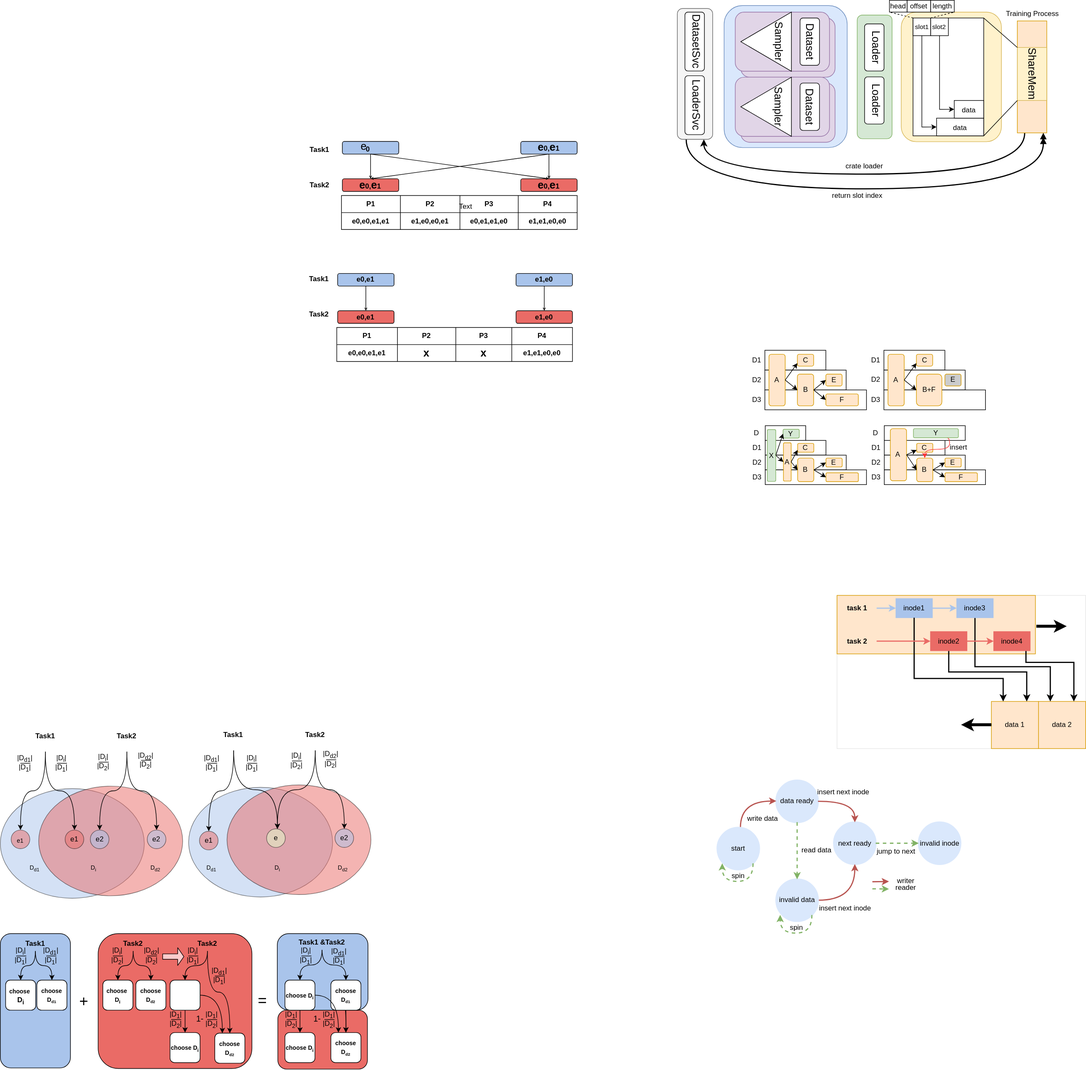
This is icse2022.svg from XieJiann/imgHost, a draw.io export, as it was before one commit. Source tidied: cells renumbered, new cells last; positions are measured from the earlier drawing's top-left corner, leaving out a move shared by most shapes.
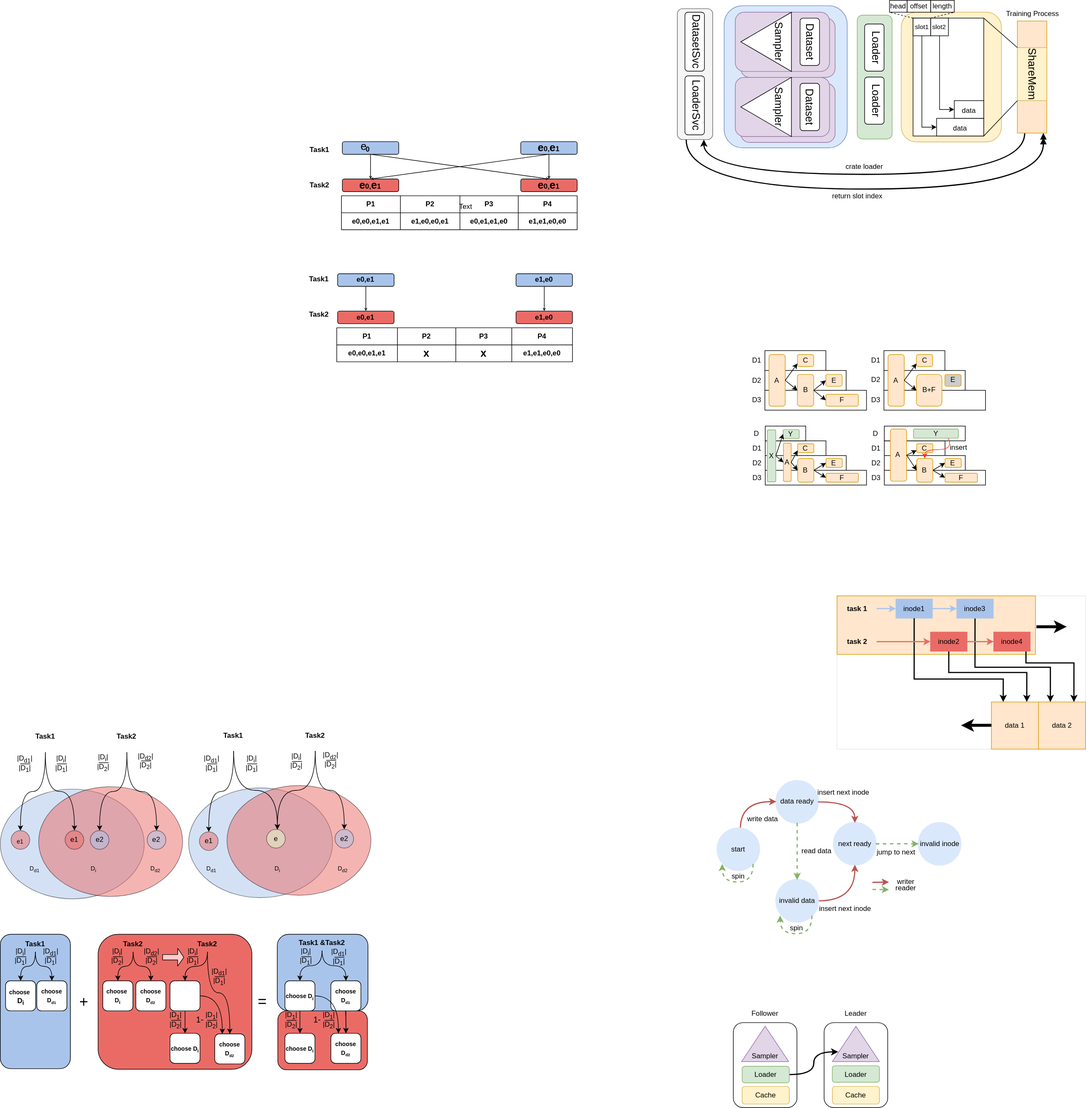
The same file after the commit.

The edit, as a diff of the source:
```diff
@@ -1292,5 +1292,59 @@
     <mxCell id="383" value="Training Process" style="text;html=1;strokeColor=none;fillColor=none;align=center;verticalAlign=middle;whiteSpace=wrap;rounded=0;labelBackgroundColor=none;fontSize=12;" parent="1" vertex="1">
       <mxGeometry x="1703" y="8" width="98" height="30" as="geometry" />
     </mxCell>
+    <mxCell id="384" style="rounded=1;whiteSpace=wrap;html=1;labelBackgroundColor=#FFFFFF;fontSize=12;" parent="1" vertex="1">
+      <mxGeometry x="1244" y="1734" width="108" height="144" as="geometry" />
+    </mxCell>
+    <mxCell id="385" style="triangle;whiteSpace=wrap;html=1;labelBackgroundColor=#FFFFFF;fontSize=12;rotation=-90;fillColor=#e1d5e7;strokeColor=#9673a6;" parent="1" vertex="1">
+      <mxGeometry x="1268" y="1730" width="60" height="80" as="geometry" />
+    </mxCell>
+    <mxCell id="386" style="rounded=1;whiteSpace=wrap;html=1;labelBackgroundColor=#FFFFFF;fontSize=12;" parent="1" vertex="1">
+      <mxGeometry x="1398" y="1734" width="108" height="144" as="geometry" />
+    </mxCell>
+    <mxCell id="387" style="triangle;whiteSpace=wrap;html=1;labelBackgroundColor=#FFFFFF;fontSize=12;rotation=-90;fillColor=#e1d5e7;strokeColor=#9673a6;" parent="1" vertex="1">
+      <mxGeometry x="1422" y="1730" width="60" height="80" as="geometry" />
+    </mxCell>
+    <mxCell id="388" value="&lt;span style=&quot;&quot;&gt;Sampler&lt;/span&gt;" style="text;html=1;strokeColor=none;fillColor=none;align=center;verticalAlign=middle;whiteSpace=wrap;rounded=0;labelBackgroundColor=none;fontSize=12;" parent="1" vertex="1">
+      <mxGeometry x="1268" y="1776" width="60" height="30" as="geometry" />
+    </mxCell>
+    <mxCell id="389" value="&lt;span style=&quot;&quot;&gt;Sampler&lt;/span&gt;" style="text;html=1;strokeColor=none;fillColor=none;align=center;verticalAlign=middle;whiteSpace=wrap;rounded=0;labelBackgroundColor=none;fontSize=12;" parent="1" vertex="1">
+      <mxGeometry x="1422" y="1776" width="60" height="30" as="geometry" />
+    </mxCell>
+    <mxCell id="390" value="&lt;span style=&quot;&quot;&gt;Loader&lt;/span&gt;" style="text;html=1;strokeColor=none;fillColor=none;align=center;verticalAlign=middle;whiteSpace=wrap;rounded=0;labelBackgroundColor=none;fontSize=12;" parent="1" vertex="1">
+      <mxGeometry x="1422" y="1810" width="60" height="30" as="geometry" />
+    </mxCell>
+    <mxCell id="391" value="&lt;span style=&quot;&quot;&gt;Leader&lt;/span&gt;" style="text;html=1;align=center;verticalAlign=middle;whiteSpace=wrap;rounded=0;labelBackgroundColor=none;fontSize=12;shadow=0;" parent="1" vertex="1">
+      <mxGeometry x="1422" y="1704" width="60" height="30" as="geometry" />
+    </mxCell>
+    <mxCell id="392" value="&lt;span style=&quot;&quot;&gt;Follower&lt;/span&gt;" style="text;html=1;strokeColor=none;fillColor=none;align=center;verticalAlign=middle;whiteSpace=wrap;rounded=0;labelBackgroundColor=none;fontSize=12;" parent="1" vertex="1">
+      <mxGeometry x="1268" y="1704" width="60" height="30" as="geometry" />
+    </mxCell>
+    <mxCell id="393" style="edgeStyle=orthogonalEdgeStyle;curved=1;rounded=0;jettySize=auto;html=1;exitX=1;exitY=0.5;exitDx=0;exitDy=0;entryX=0;entryY=0.25;entryDx=0;entryDy=0;fontSize=12;endArrow=classic;endFill=1;strokeWidth=2;" parent="1" edge="1" source="395" target="389">
+      <mxGeometry relative="1" as="geometry" />
+    </mxCell>
+    <mxCell id="394" style="group;" parent="1" vertex="1">
+      <mxGeometry x="1259" y="1807" width="80" height="30" as="geometry" />
+    </mxCell>
+    <mxCell id="395" style="rounded=1;whiteSpace=wrap;html=1;labelBackgroundColor=#FFFFFF;fontSize=12;fillColor=#d5e8d4;strokeColor=#82b366;" parent="394" vertex="1">
+      <mxGeometry y="1" width="80" height="28" as="geometry" />
+    </mxCell>
+    <mxCell id="396" value="&lt;span style=&quot;&quot;&gt;Loader&lt;/span&gt;" style="text;html=1;strokeColor=none;fillColor=none;align=center;verticalAlign=middle;whiteSpace=wrap;rounded=0;labelBackgroundColor=none;fontSize=12;" parent="394" vertex="1">
+      <mxGeometry x="10" width="60" height="30" as="geometry" />
+    </mxCell>
+    <mxCell id="397" style="group;" parent="1" vertex="1">
+      <mxGeometry x="1412" y="1807" width="80" height="30" as="geometry" />
+    </mxCell>
+    <mxCell id="398" style="rounded=1;whiteSpace=wrap;html=1;labelBackgroundColor=#FFFFFF;fontSize=12;fillColor=#d5e8d4;strokeColor=#82b366;" parent="397" vertex="1">
+      <mxGeometry width="80" height="28" as="geometry" />
+    </mxCell>
+    <mxCell id="399" value="&lt;span style=&quot;&quot;&gt;Loader&lt;/span&gt;" style="text;html=1;strokeColor=none;fillColor=none;align=center;verticalAlign=middle;whiteSpace=wrap;rounded=0;labelBackgroundColor=none;fontSize=12;" parent="397" vertex="1">
+      <mxGeometry x="10" width="60" height="30" as="geometry" />
+    </mxCell>
+    <mxCell id="400" value="Cache" style="rounded=1;whiteSpace=wrap;html=1;shadow=0;labelBackgroundColor=none;fontSize=12;fillColor=#fff2cc;strokeColor=#d6b656;" parent="1" vertex="1">
+      <mxGeometry x="1259" y="1842" width="80" height="30" as="geometry" />
+    </mxCell>
+    <mxCell id="401" value="Cache" style="rounded=1;whiteSpace=wrap;html=1;shadow=0;labelBackgroundColor=none;fontSize=12;fillColor=#fff2cc;strokeColor=#d6b656;" parent="1" vertex="1">
+      <mxGeometry x="1412" y="1842" width="80" height="30" as="geometry" />
+    </mxCell>
   </root>
 </mxGraphModel>
```
